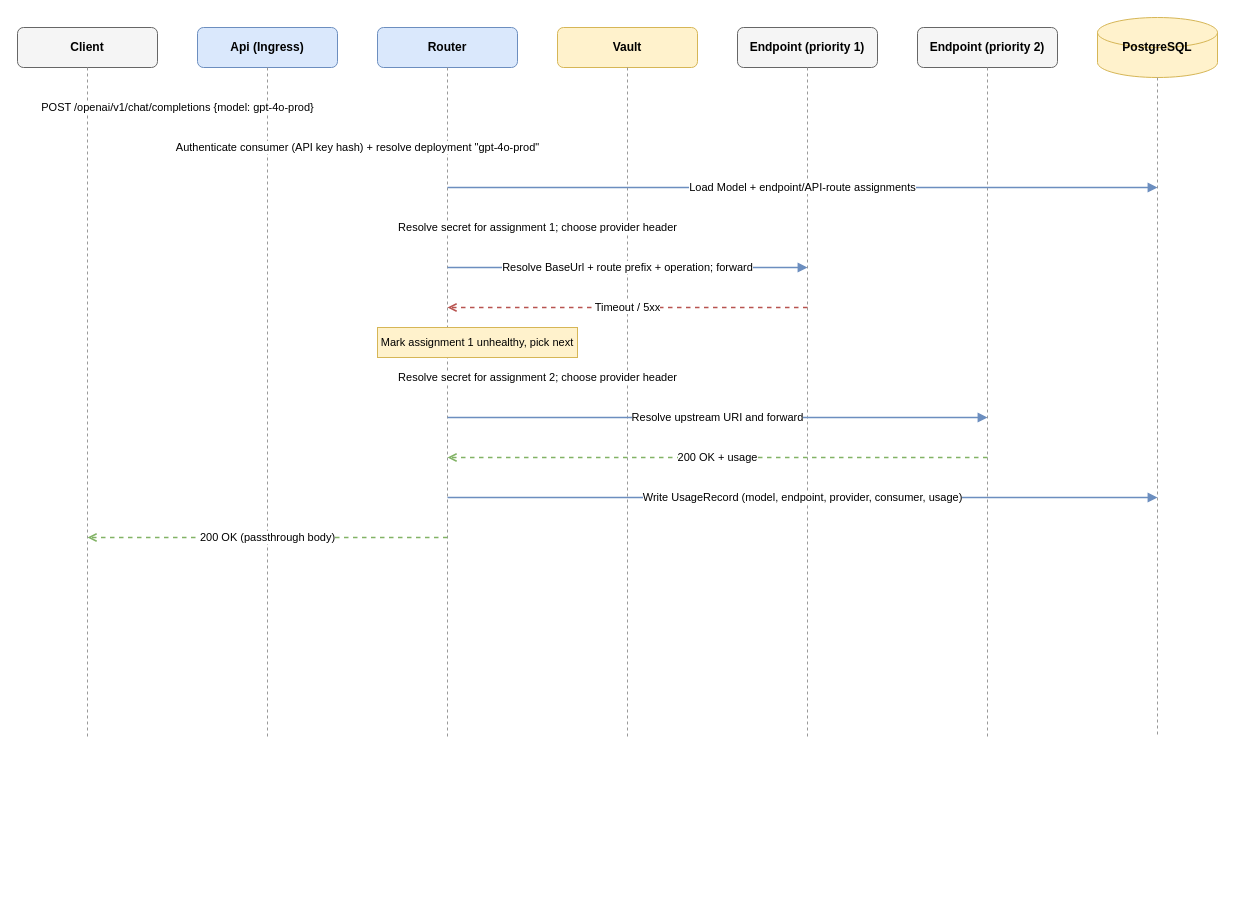
Above: specs/architecture/diagrams/03-sequence-non-streaming-failover.drawio in azureholic/AIProxyPlus (draw.io), before the change. Source tidied: cells renumbered, new cells numbered last; positions are measured from the earlier drawing's top-left corner, leaving out a move shared by most shapes. Both pictures are drawn from the tidied source at 100%, with x=0, y=0 at pixel (17, 17).
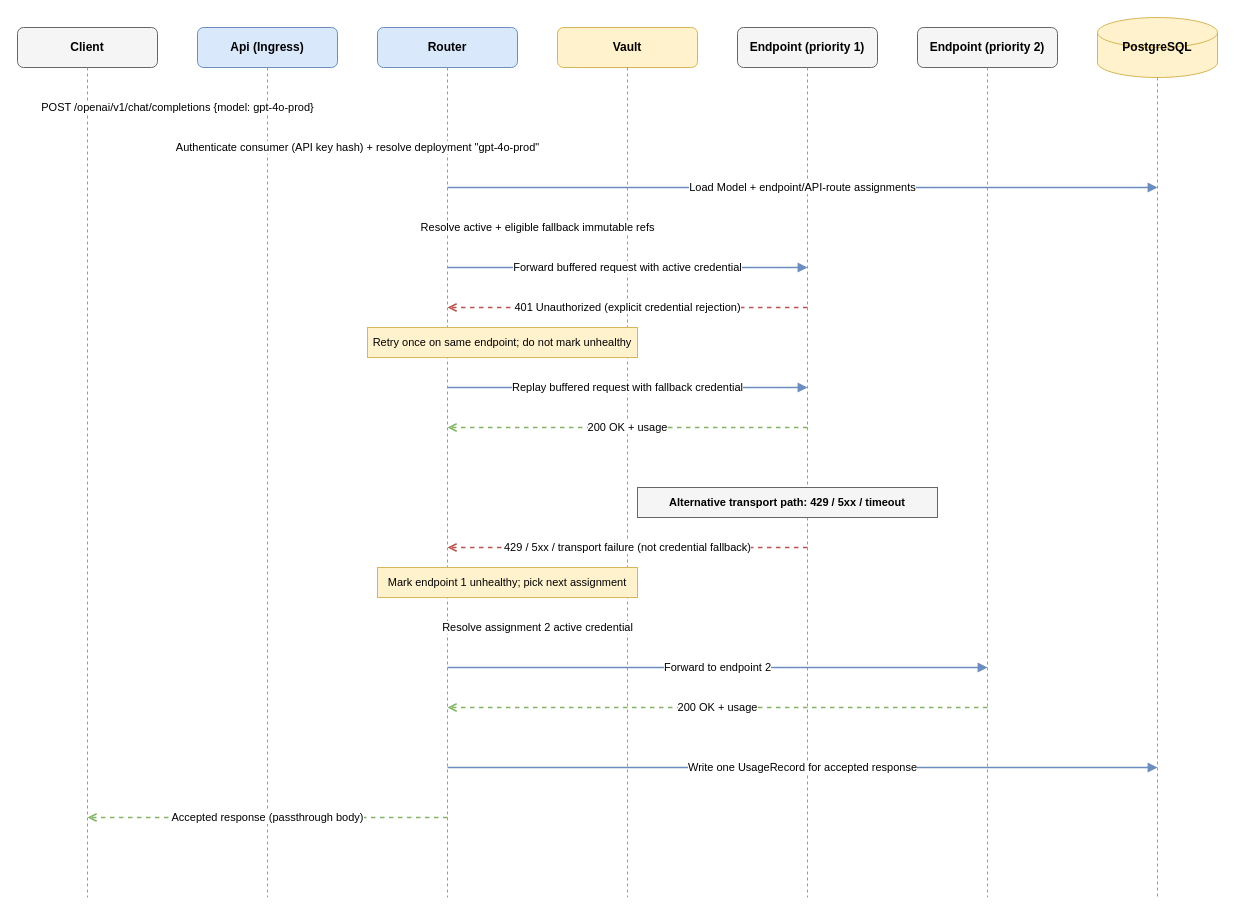
The same diagram, later.

The edit, as a diff of the source:
```diff
@@
     <mxCell id="9" style="html=1;dashed=1;strokeColor=#999999;endArrow=none;startArrow=none;" parent="1" edge="1">
       <mxGeometry relative="1" as="geometry">
         <mxPoint x="70" y="50" as="sourcePoint" />
-        <mxPoint x="70" y="720" as="targetPoint" />
+        <mxPoint x="70" y="880" as="targetPoint" />
       </mxGeometry>
     </mxCell>
     <mxCell id="10" style="html=1;dashed=1;strokeColor=#999999;endArrow=none;startArrow=none;" parent="1" edge="1">
       <mxGeometry relative="1" as="geometry">
         <mxPoint x="250" y="50" as="sourcePoint" />
-        <mxPoint x="250" y="720" as="targetPoint" />
+        <mxPoint x="250" y="880" as="targetPoint" />
       </mxGeometry>
     </mxCell>
     <mxCell id="11" style="html=1;dashed=1;strokeColor=#999999;endArrow=none;startArrow=none;" parent="1" edge="1">
       <mxGeometry relative="1" as="geometry">
         <mxPoint x="430" y="50" as="sourcePoint" />
-        <mxPoint x="430" y="720" as="targetPoint" />
+        <mxPoint x="430" y="880" as="targetPoint" />
       </mxGeometry>
     </mxCell>
     <mxCell id="12" style="html=1;dashed=1;strokeColor=#999999;endArrow=none;startArrow=none;" parent="1" edge="1">
       <mxGeometry relative="1" as="geometry">
         <mxPoint x="610" y="50" as="sourcePoint" />
-        <mxPoint x="610" y="720" as="targetPoint" />
+        <mxPoint x="610" y="880" as="targetPoint" />
       </mxGeometry>
     </mxCell>
     <mxCell id="13" style="html=1;dashed=1;strokeColor=#999999;endArrow=none;startArrow=none;" parent="1" edge="1">
       <mxGeometry relative="1" as="geometry">
         <mxPoint x="790" y="50" as="sourcePoint" />
-        <mxPoint x="790" y="720" as="targetPoint" />
+        <mxPoint x="790" y="880" as="targetPoint" />
       </mxGeometry>
     </mxCell>
     <mxCell id="14" style="html=1;dashed=1;strokeColor=#999999;endArrow=none;startArrow=none;" parent="1" edge="1">
       <mxGeometry relative="1" as="geometry">
         <mxPoint x="970" y="50" as="sourcePoint" />
-        <mxPoint x="970" y="720" as="targetPoint" />
+        <mxPoint x="970" y="880" as="targetPoint" />
       </mxGeometry>
     </mxCell>
     <mxCell id="15" style="html=1;dashed=1;strokeColor=#999999;endArrow=none;startArrow=none;" parent="1" edge="1">
       <mxGeometry relative="1" as="geometry">
         <mxPoint x="1140" y="60" as="sourcePoint" />
-        <mxPoint x="1140" y="720" as="targetPoint" />
+        <mxPoint x="1140" y="880" as="targetPoint" />
       </mxGeometry>
     </mxCell>
@@
-    <mxCell id="19" value="Resolve secret for assignment 1; choose provider header" style="html=1;endArrow=block;strokeColor=#6c8ebf;strokeWidth=1.5;fontSize=11;" parent="1" edge="1">
+    <mxCell id="19" value="Resolve active + eligible fallback immutable refs" style="html=1;endArrow=block;strokeColor=#6c8ebf;strokeWidth=1.5;fontSize=11;" parent="1" edge="1">
       <mxGeometry relative="1" as="geometry">
         <mxPoint x="430" y="210" as="sourcePoint" />
         <mxPoint x="610" y="210" as="targetPoint" />
       </mxGeometry>
     </mxCell>
-    <mxCell id="20" value="Resolve BaseUrl + route prefix + operation; forward" style="html=1;endArrow=block;strokeColor=#6c8ebf;strokeWidth=1.5;fontSize=11;" parent="1" edge="1">
+    <mxCell id="20" value="Forward buffered request with active credential" style="html=1;endArrow=block;strokeColor=#6c8ebf;strokeWidth=1.5;fontSize=11;" parent="1" edge="1">
       <mxGeometry relative="1" as="geometry">
         <mxPoint x="430" y="250" as="sourcePoint" />
         <mxPoint x="790" y="250" as="targetPoint" />
       </mxGeometry>
     </mxCell>
-    <mxCell id="21" value="Timeout / 5xx" style="html=1;endArrow=open;dashed=1;strokeColor=#b85450;strokeWidth=1.5;fontSize=11;" parent="1" edge="1">
+    <mxCell id="21" value="401 Unauthorized (explicit credential rejection)" style="html=1;endArrow=open;dashed=1;strokeColor=#b85450;strokeWidth=1.5;fontSize=11;" parent="1" edge="1">
       <mxGeometry relative="1" as="geometry">
         <mxPoint x="790" y="290" as="sourcePoint" />
         <mxPoint x="430" y="290" as="targetPoint" />
       </mxGeometry>
     </mxCell>
-    <mxCell id="22" value="Mark assignment 1 unhealthy, pick next" style="rounded=0;whiteSpace=wrap;html=1;fillColor=#fff2cc;strokeColor=#d6b656;fontSize=11;align=center;" parent="1" vertex="1">
-      <mxGeometry x="360" y="310" width="200" height="30" as="geometry" />
+    <mxCell id="22" value="Retry once on same endpoint; do not mark unhealthy" style="rounded=0;whiteSpace=wrap;html=1;fillColor=#fff2cc;strokeColor=#d6b656;fontSize=11;align=center;" parent="1" vertex="1">
+      <mxGeometry x="350" y="310" width="270" height="30" as="geometry" />
     </mxCell>
-    <mxCell id="23" value="Resolve secret for assignment 2; choose provider header" style="html=1;endArrow=block;strokeColor=#6c8ebf;strokeWidth=1.5;fontSize=11;" parent="1" edge="1">
+    <mxCell id="23" value="Replay buffered request with fallback credential" style="html=1;endArrow=block;strokeColor=#6c8ebf;strokeWidth=1.5;fontSize=11;" parent="1" edge="1">
       <mxGeometry relative="1" as="geometry">
-        <mxPoint x="430" y="360" as="sourcePoint" />
-        <mxPoint x="610" y="360" as="targetPoint" />
+        <mxPoint x="430" y="370" as="sourcePoint" />
+        <mxPoint x="790" y="370" as="targetPoint" />
       </mxGeometry>
     </mxCell>
-    <mxCell id="24" value="Resolve upstream URI and forward" style="html=1;endArrow=block;strokeColor=#6c8ebf;strokeWidth=1.5;fontSize=11;" parent="1" edge="1">
+    <mxCell id="24" value="200 OK + usage" style="html=1;endArrow=open;dashed=1;strokeColor=#82b366;strokeWidth=1.5;fontSize=11;" parent="1" edge="1">
       <mxGeometry relative="1" as="geometry">
-        <mxPoint x="430" y="400" as="sourcePoint" />
-        <mxPoint x="970" y="400" as="targetPoint" />
+        <mxPoint x="790" y="410" as="sourcePoint" />
+        <mxPoint x="430" y="410" as="targetPoint" />
       </mxGeometry>
     </mxCell>
+    <mxCell id="28" value="Alternative transport path: 429 / 5xx / timeout" style="rounded=0;whiteSpace=wrap;html=1;fillColor=#f5f5f5;strokeColor=#666666;fontSize=11;align=center;fontStyle=1;" parent="1" vertex="1">
+      <mxGeometry x="620" y="470" width="300" height="30" as="geometry" />
+    </mxCell>
-    <mxCell id="25" value="200 OK + usage" style="html=1;endArrow=open;dashed=1;strokeColor=#82b366;strokeWidth=1.5;fontSize=11;" parent="1" edge="1">
+    <mxCell id="25" value="429 / 5xx / transport failure (not credential fallback)" style="html=1;endArrow=open;dashed=1;strokeColor=#b85450;strokeWidth=1.5;fontSize=11;" parent="1" edge="1">
       <mxGeometry relative="1" as="geometry">
-        <mxPoint x="970" y="440" as="sourcePoint" />
-        <mxPoint x="430" y="440" as="targetPoint" />
+        <mxPoint x="790" y="530" as="sourcePoint" />
+        <mxPoint x="430" y="530" as="targetPoint" />
       </mxGeometry>
     </mxCell>
+    <mxCell id="29" value="Mark endpoint 1 unhealthy; pick next assignment" style="rounded=0;whiteSpace=wrap;html=1;fillColor=#fff2cc;strokeColor=#d6b656;fontSize=11;align=center;" parent="1" vertex="1">
+      <mxGeometry x="360" y="550" width="260" height="30" as="geometry" />
+    </mxCell>
-    <mxCell id="26" value="Write UsageRecord (model, endpoint, provider, consumer, usage)" style="html=1;endArrow=block;strokeColor=#6c8ebf;strokeWidth=1.5;fontSize=11;" parent="1" edge="1">
+    <mxCell id="26" value="Resolve assignment 2 active credential" style="html=1;endArrow=block;strokeColor=#6c8ebf;strokeWidth=1.5;fontSize=11;" parent="1" edge="1">
       <mxGeometry relative="1" as="geometry">
-        <mxPoint x="430" y="480" as="sourcePoint" />
-        <mxPoint x="1140" y="480" as="targetPoint" />
+        <mxPoint x="430" y="610" as="sourcePoint" />
+        <mxPoint x="610" y="610" as="targetPoint" />
       </mxGeometry>
     </mxCell>
-    <mxCell id="27" value="200 OK (passthrough body)" style="html=1;endArrow=open;dashed=1;strokeColor=#82b366;strokeWidth=1.5;fontSize=11;" parent="1" edge="1">
+    <mxCell id="27" value="Forward to endpoint 2" style="html=1;endArrow=block;strokeColor=#6c8ebf;strokeWidth=1.5;fontSize=11;" parent="1" edge="1">
       <mxGeometry relative="1" as="geometry">
-        <mxPoint x="430" y="520" as="sourcePoint" />
-        <mxPoint x="70" y="520" as="targetPoint" />
+        <mxPoint x="430" y="650" as="sourcePoint" />
+        <mxPoint x="970" y="650" as="targetPoint" />
       </mxGeometry>
     </mxCell>
+    <mxCell id="30" value="200 OK + usage" style="html=1;endArrow=open;dashed=1;strokeColor=#82b366;strokeWidth=1.5;fontSize=11;" parent="1" edge="1">
+      <mxGeometry relative="1" as="geometry">
+        <mxPoint x="970" y="690" as="sourcePoint" />
+        <mxPoint x="430" y="690" as="targetPoint" />
+      </mxGeometry>
+    </mxCell>
+    <mxCell id="31" value="Write one UsageRecord for accepted response" style="html=1;endArrow=block;strokeColor=#6c8ebf;strokeWidth=1.5;fontSize=11;" parent="1" edge="1">
+      <mxGeometry relative="1" as="geometry">
+        <mxPoint x="430" y="750" as="sourcePoint" />
+        <mxPoint x="1140" y="750" as="targetPoint" />
+      </mxGeometry>
+    </mxCell>
+    <mxCell id="32" value="Accepted response (passthrough body)" style="html=1;endArrow=open;dashed=1;strokeColor=#82b366;strokeWidth=1.5;fontSize=11;" parent="1" edge="1">
+      <mxGeometry relative="1" as="geometry">
+        <mxPoint x="430" y="800" as="sourcePoint" />
+        <mxPoint x="70" y="800" as="targetPoint" />
+      </mxGeometry>
+    </mxCell>
```
